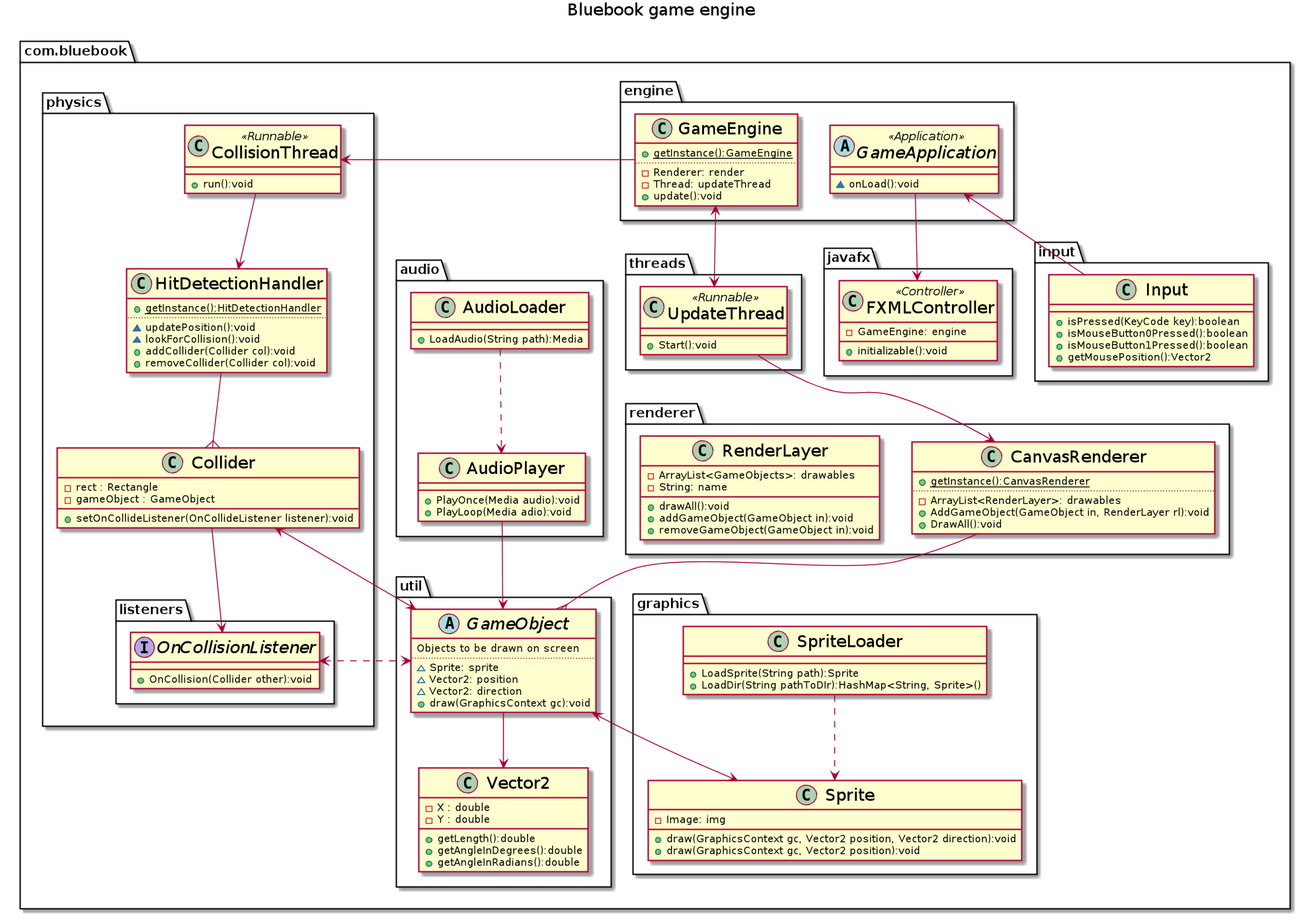
Earlier version of the PlantUML export uml/bluebook.png (passeride/TopdownFunTown).
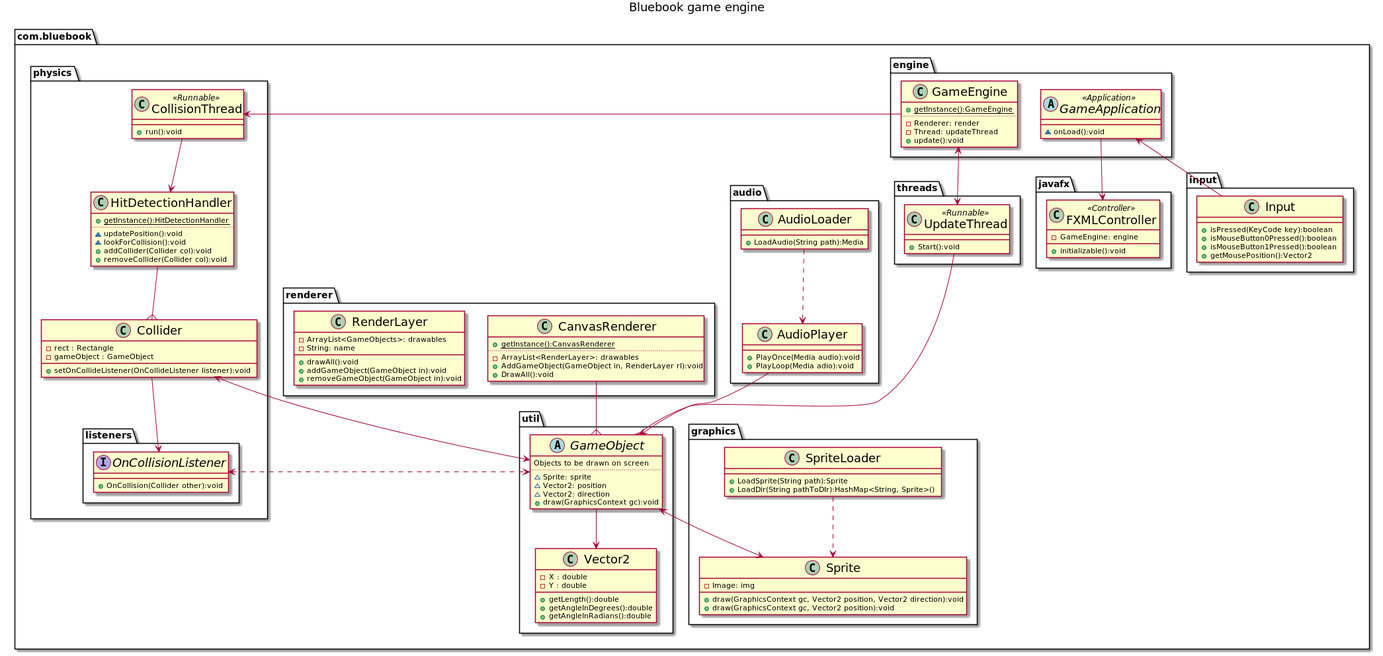
After the commit.

Diff of the diagram source:
```diff
@@ -154,7 +154,7 @@
 GameApplication --> FXMLController
 GameEngine -RIGHT-> CollisionThread
 GameEngine <--> UpdateThread
-UpdateThread --> CanvasRenderer
+UpdateThread -DOWN-{ GameObject
 CanvasRenderer --{ GameObject
 OnCollisionListener <.RIGHT.> GameObject
 
```
